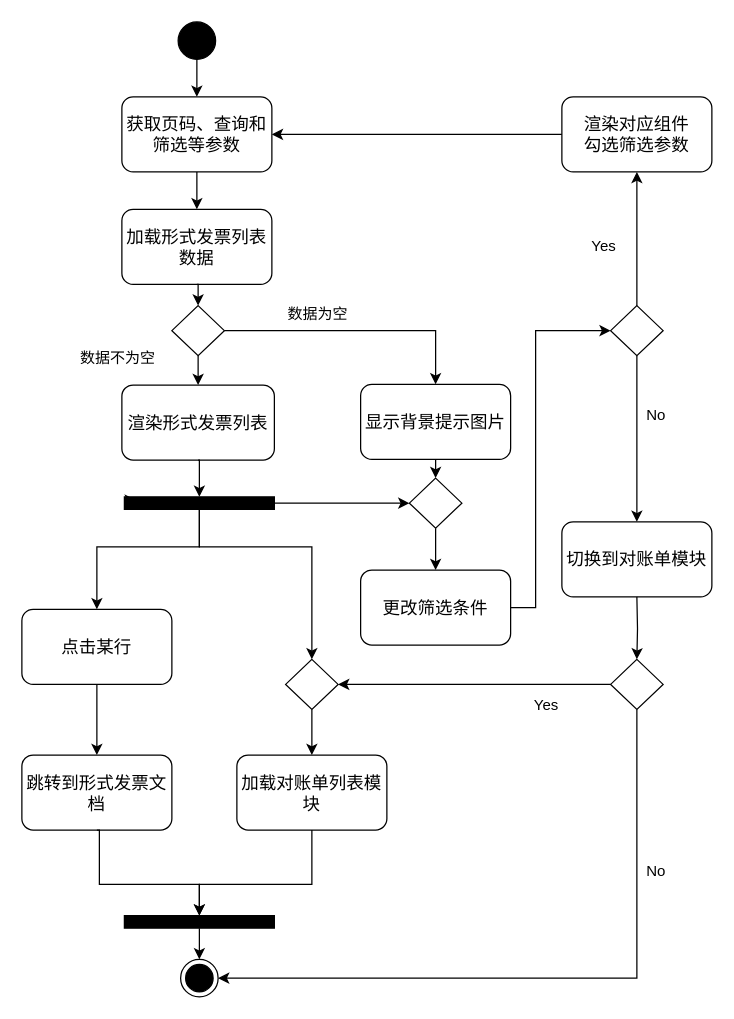
Earlier version of the draw.io diagram page "形式发票列表" (4 of 7) of 概要设计.drawio (Robbie-Han/graduation-thesis). Source tidied: cells renumbered, new cells numbered last; positions are measured from the earlier drawing's top-left corner, leaving out a move shared by most shapes. Both pictures are drawn from the tidied source at 125%, with x=0, y=0 at pixel (21, 21).
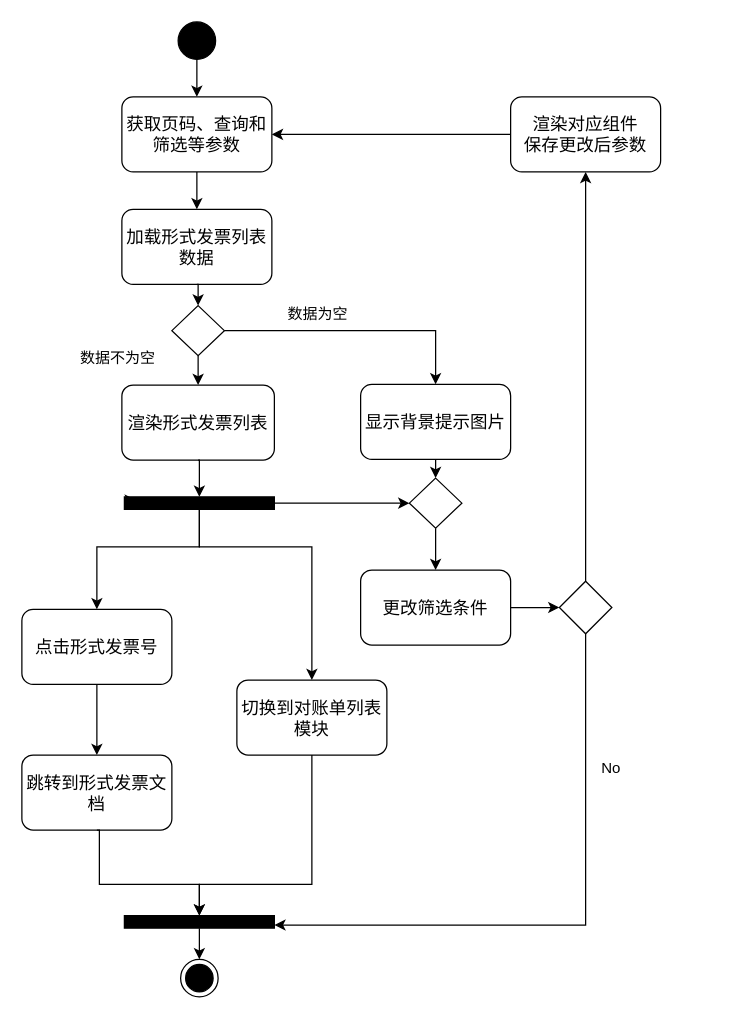
The same diagram, later.

Unchanged cells that the change refers to:
```xml
<mxCell id="5" style="rounded=0;whiteSpace=wrap;html=1;fillColor=#000000;" parent="1" vertex="1">
  <mxGeometry x="82" y="380" width="120" height="10" as="geometry" />
</mxCell>
<mxCell id="22" value="&lt;span style=&quot;text-align: left ; white-space: nowrap&quot;&gt;&lt;font style=&quot;font-size: 14px&quot;&gt;更改筛选条件&lt;/font&gt;&lt;/span&gt;" style="rounded=1;whiteSpace=wrap;html=1;fillColor=none;" parent="1" vertex="1">
  <mxGeometry x="271" y="438.5" width="120" height="60" as="geometry" />
</mxCell>
<mxCell id="27" style="ellipse;html=1;shape=endState;fillColor=#000000;strokeColor=#000000;" parent="1" vertex="1">
  <mxGeometry x="127" y="750" width="30" height="30" as="geometry" />
</mxCell>
<mxCell id="32" style="rounded=0;whiteSpace=wrap;html=1;fillColor=#000000;" parent="1" vertex="1">
  <mxGeometry x="82" y="715" width="120" height="10" as="geometry" />
</mxCell>
```

Diff of the diagram source:
```diff
@@
-    <mxCell id="3" style="edgeStyle=orthogonalEdgeStyle;rounded=0;jettySize=auto;html=1;exitX=0.5;exitY=1;exitDx=0;exitDy=0;" parent="1" edge="1" source="5">
+    <mxCell id="3" style="edgeStyle=orthogonalEdgeStyle;rounded=0;jettySize=auto;html=1;exitX=0.5;exitY=1;exitDx=0;exitDy=0;entryX=0.5;entryY=0;entryDx=0;entryDy=0;" parent="1" edge="1" source="5" target="34">
       <mxGeometry relative="1" as="geometry">
-        <mxPoint x="232" y="510" as="targetPoint" />
         <Array as="points">
           <mxPoint x="142" y="420" />
           <mxPoint x="232" y="420" />
         </Array>
       </mxGeometry>
     </mxCell>
@@
-    <mxCell id="20" value="&lt;span style=&quot;font-size: 14px&quot;&gt;点击某行&lt;/span&gt;" style="rounded=1;whiteSpace=wrap;html=1;fillColor=none;" parent="1" vertex="1">
+    <mxCell id="20" value="&lt;span style=&quot;font-size: 14px&quot;&gt;点击形式发票号&lt;/span&gt;" style="rounded=1;whiteSpace=wrap;html=1;fillColor=none;" parent="1" vertex="1">
       <mxGeometry y="470" width="120" height="60" as="geometry" />
     </mxCell>
     <mxCell id="21" style="edgeStyle=orthogonalEdgeStyle;rounded=0;jettySize=auto;html=1;exitX=1;exitY=0.5;exitDx=0;exitDy=0;entryX=0;entryY=0.5;entryDx=0;entryDy=0;" parent="1" edge="1" source="22" target="30">
-      <mxGeometry relative="1" as="geometry">
-        <Array as="points">
-          <mxPoint x="411" y="469" />
-          <mxPoint x="411" y="247" />
-        </Array>
-      </mxGeometry>
+      <mxGeometry relative="1" as="geometry" />
     </mxCell>
@@
-    <mxCell id="24" value="&lt;span style=&quot;text-align: left ; white-space: nowrap&quot;&gt;&lt;font style=&quot;font-size: 14px&quot;&gt;渲染对应组件&lt;br&gt;勾选筛选参数&lt;/font&gt;&lt;/span&gt;" style="rounded=1;whiteSpace=wrap;html=1;fillColor=none;" parent="1" vertex="1">
-      <mxGeometry x="432" y="60" width="120" height="60" as="geometry" />
+    <mxCell id="24" value="&lt;span style=&quot;font-size: 14px ; text-align: left ; white-space: nowrap&quot;&gt;渲染对应组件&lt;/span&gt;&lt;br style=&quot;font-size: 14px ; text-align: left ; white-space: nowrap&quot;&gt;&lt;span style=&quot;font-size: 14px ; text-align: left ; white-space: nowrap&quot;&gt;保存更改后参数&lt;/span&gt;" style="rounded=1;whiteSpace=wrap;html=1;fillColor=none;" parent="1" vertex="1">
+      <mxGeometry x="391" y="60" width="120" height="60" as="geometry" />
     </mxCell>
@@
-    <mxCell id="28" style="edgeStyle=orthogonalEdgeStyle;rounded=0;jettySize=auto;html=1;exitX=0.5;exitY=0;exitDx=0;exitDy=0;entryX=0.5;entryY=1;entryDx=0;entryDy=0;" parent="1" edge="1" source="30">
-      <mxGeometry relative="1" as="geometry">
-        <mxPoint x="492" y="120" as="targetPoint" />
-      </mxGeometry>
-    </mxCell>
-    <mxCell id="29" style="edgeStyle=orthogonalEdgeStyle;rounded=0;jettySize=auto;html=1;exitX=0.5;exitY=1;exitDx=0;exitDy=0;entryX=0.5;entryY=0;entryDx=0;entryDy=0;" parent="1" edge="1" source="30">
-      <mxGeometry relative="1" as="geometry">
-        <mxPoint x="492" y="400" as="targetPoint" />
-      </mxGeometry>
+    <mxCell id="29" style="edgeStyle=orthogonalEdgeStyle;rounded=0;jettySize=auto;html=1;exitX=0.5;exitY=1;exitDx=0;exitDy=0;entryX=1;entryY=0.75;entryDx=0;entryDy=0;" parent="1" edge="1" source="30" target="32">
+      <mxGeometry relative="1" as="geometry" />
     </mxCell>
+    <mxCell id="51" style="edgeStyle=orthogonalEdgeStyle;rounded=0;jettySize=auto;html=1;exitX=0.5;exitY=0;exitDx=0;exitDy=0;" parent="1" edge="1" source="30" target="24">
+      <mxGeometry relative="1" as="geometry" />
+    </mxCell>
     <mxCell id="30" style="rhombus;whiteSpace=wrap;html=1;fillColor=none;" parent="1" vertex="1">
-      <mxGeometry x="471" y="227" width="42" height="40" as="geometry" />
+      <mxGeometry x="430" y="447.5" width="42" height="42" as="geometry" />
     </mxCell>
@@
-    <mxCell id="34" value="&lt;span style=&quot;font-size: 14px&quot;&gt;加载对账单列表模块&lt;/span&gt;" style="rounded=1;whiteSpace=wrap;html=1;fillColor=none;" parent="1" vertex="1">
-      <mxGeometry x="172" y="586.5" width="120" height="60" as="geometry" />
+    <mxCell id="34" value="&lt;span style=&quot;font-size: 14px&quot;&gt;切换到对账单列表模块&lt;/span&gt;" style="rounded=1;whiteSpace=wrap;html=1;fillColor=none;" parent="1" vertex="1">
+      <mxGeometry x="172" y="526.5" width="120" height="60" as="geometry" />
     </mxCell>
@@
     <mxCell id="38" value="No" style="text;html=1;align=left;verticalAlign=top;spacingTop=-4;" parent="1" vertex="1">
-      <mxGeometry x="498" y="305" width="30" height="20" as="geometry" />
+      <mxGeometry x="462" y="586.5" width="30" height="20" as="geometry" />
     </mxCell>
-    <mxCell id="39" style="edgeStyle=orthogonalEdgeStyle;rounded=0;jettySize=auto;html=1;exitX=0.5;exitY=1;exitDx=0;exitDy=0;entryX=1;entryY=0.5;entryDx=0;entryDy=0;" parent="1" edge="1" source="41" target="27">
-      <mxGeometry relative="1" as="geometry" />
-    </mxCell>
-    <mxCell id="40" style="edgeStyle=orthogonalEdgeStyle;rounded=0;jettySize=auto;html=1;exitX=0;exitY=0.5;exitDx=0;exitDy=0;entryX=1;entryY=0.5;entryDx=0;entryDy=0;" parent="1" edge="1" source="41" target="48">
-      <mxGeometry relative="1" as="geometry" />
-    </mxCell>
-    <mxCell id="41" style="rhombus;whiteSpace=wrap;html=1;fillColor=none;" parent="1" vertex="1">
-      <mxGeometry x="471" y="510" width="42" height="40" as="geometry" />
-    </mxCell>
-    <mxCell id="42" style="edgeStyle=orthogonalEdgeStyle;rounded=0;jettySize=auto;html=1;exitX=0.5;exitY=1;exitDx=0;exitDy=0;entryX=0.5;entryY=0;entryDx=0;entryDy=0;" parent="1" edge="1" target="41">
-      <mxGeometry relative="1" as="geometry">
-        <mxPoint x="492" y="460" as="sourcePoint" />
-      </mxGeometry>
-    </mxCell>
-    <mxCell id="43" value="&lt;span style=&quot;text-align: left ; white-space: nowrap&quot;&gt;&lt;font style=&quot;font-size: 14px&quot;&gt;切换到对账单模块&lt;/font&gt;&lt;/span&gt;" style="rounded=1;whiteSpace=wrap;html=1;fillColor=none;" parent="1" vertex="1">
-      <mxGeometry x="432" y="400" width="120" height="60" as="geometry" />
-    </mxCell>
-    <mxCell id="44" value="Yes" style="text;html=1;align=left;verticalAlign=top;spacingTop=-4;" parent="1" vertex="1">
-      <mxGeometry x="408" y="536.5" width="40" height="20" as="geometry" />
-    </mxCell>
-    <mxCell id="45" value="No" style="text;html=1;align=left;verticalAlign=top;spacingTop=-4;" parent="1" vertex="1">
-      <mxGeometry x="498" y="670" width="30" height="20" as="geometry" />
-    </mxCell>
-    <mxCell id="46" value="Yes" style="text;html=1;align=left;verticalAlign=top;spacingTop=-4;" parent="1" vertex="1">
-      <mxGeometry x="454" y="170" width="40" height="20" as="geometry" />
-    </mxCell>
-    <mxCell id="47" style="edgeStyle=orthogonalEdgeStyle;rounded=0;jettySize=auto;html=1;exitX=0.5;exitY=1;exitDx=0;exitDy=0;entryX=0.5;entryY=0;entryDx=0;entryDy=0;" parent="1" edge="1" source="48" target="34">
-      <mxGeometry relative="1" as="geometry" />
-    </mxCell>
-    <mxCell id="48" style="rhombus;whiteSpace=wrap;html=1;fillColor=none;" parent="1" vertex="1">
-      <mxGeometry x="211" y="510" width="42" height="40" as="geometry" />
-    </mxCell>
```
